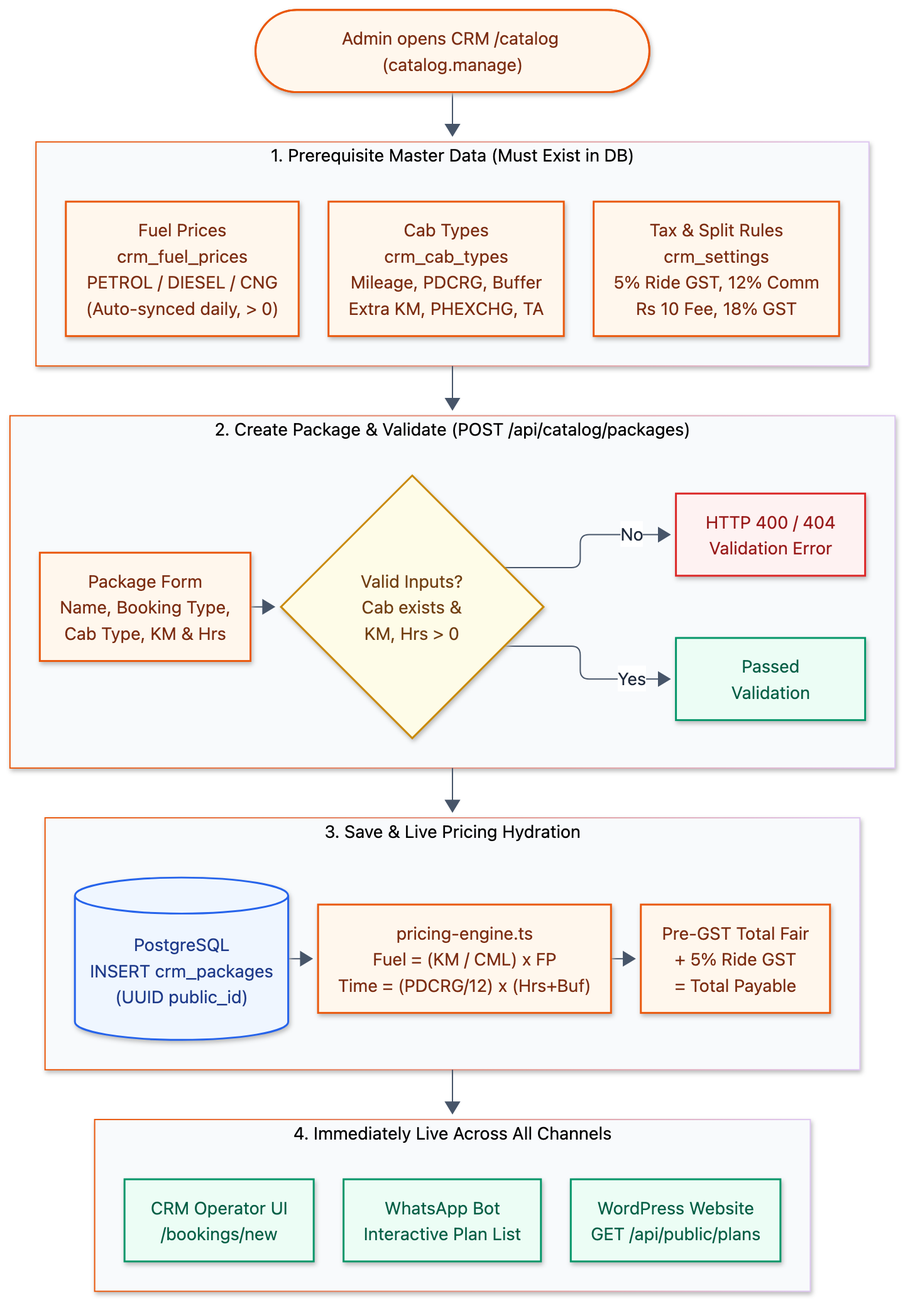
Before: crm-design/diagrams/09_package_creation.png, a diagram exported from Mermaid (githubfolks/biharbcabs_v2). Its source is kept beside it as crm-design/diagrams/09_package_creation.mmd.
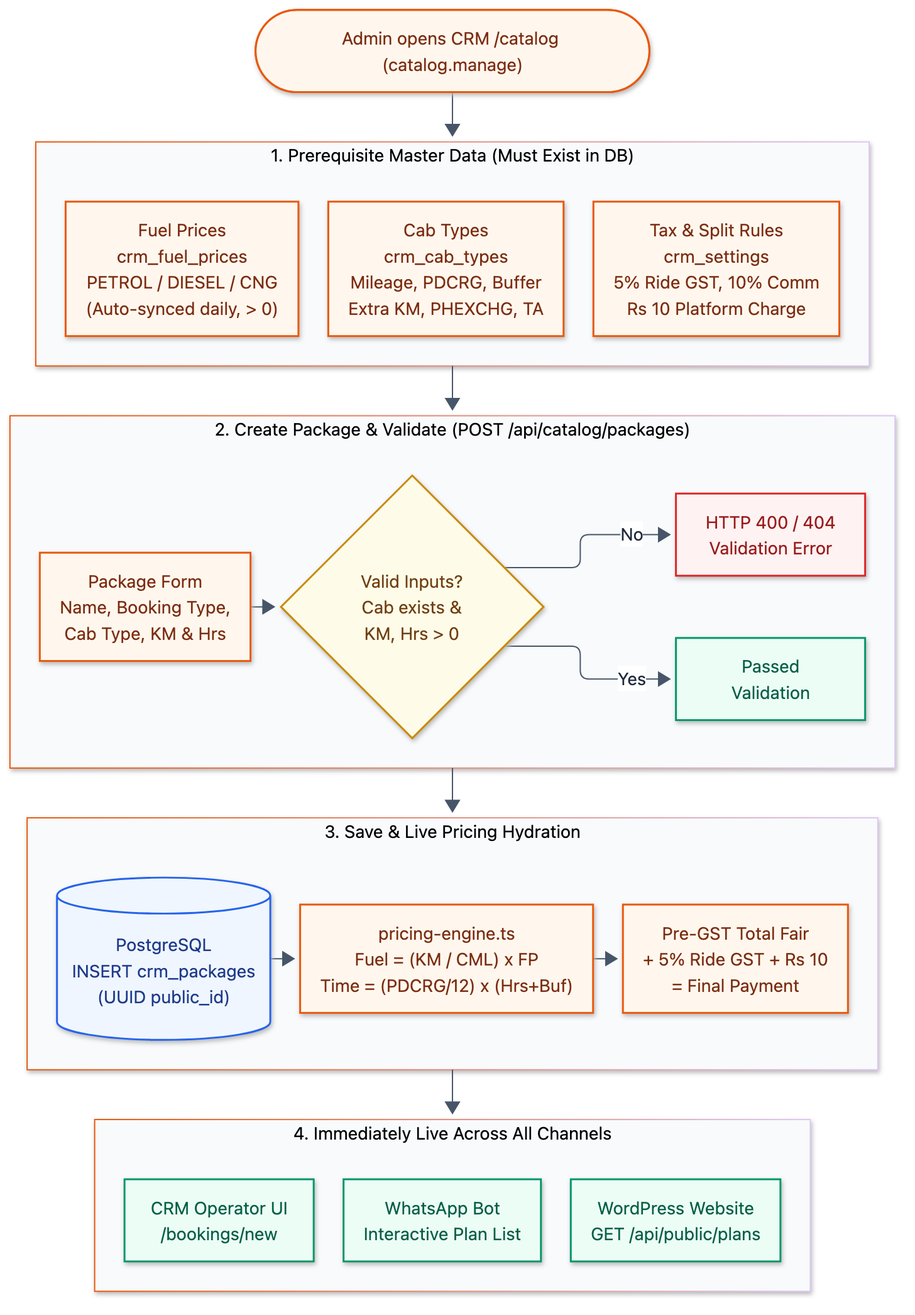
The same diagram one commit later.

Change to the diagram source:
```diff
@@ -5,7 +5,7 @@
         direction LR
         FUEL["Fuel Prices\ncrm_fuel_prices\nPETROL / DIESEL / CNG\n(Auto-synced daily, > 0)"]
         CAB["Cab Types\ncrm_cab_types\nMileage, PDCRG, Buffer\nExtra KM, PHEXCHG, TA"]
-        RULES["Tax & Split Rules\ncrm_settings\n5% Ride GST, 12% Comm\nRs 10 Fee, 18% GST"]
+        RULES["Tax & Split Rules\ncrm_settings\n5% Ride GST, 10% Comm\nRs 10 Platform Charge"]
         FUEL ~~~ CAB ~~~ RULES
     end
 
@@ -24,7 +24,7 @@
         direction LR
         DB[("PostgreSQL\nINSERT crm_packages\n(UUID public_id)")]
         CALC["pricing-engine.ts\nFuel = (KM / CML) x FP\nTime = (PDCRG/12) x (Hrs+Buf)"]
-        TOTAL["Pre-GST Total Fair\n+ 5% Ride GST\n= Total Payable"]
+        TOTAL["Pre-GST Total Fair\n+ 5% Ride GST + Rs 10\n= Final Payment"]
         DB --> CALC --> TOTAL
     end
 
```
